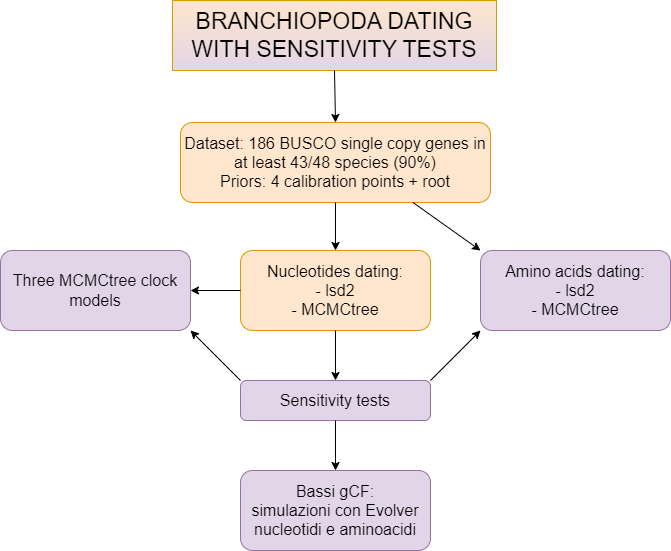
The draw.io diagram Branchio_new_pipeline.drawio.png in NiccoloRighetti/Branchio_Tree, before a commit. Source tidied: cells renumbered, new cells last; positions are measured from the earlier drawing's top-left corner, leaving out a move shared by most shapes.
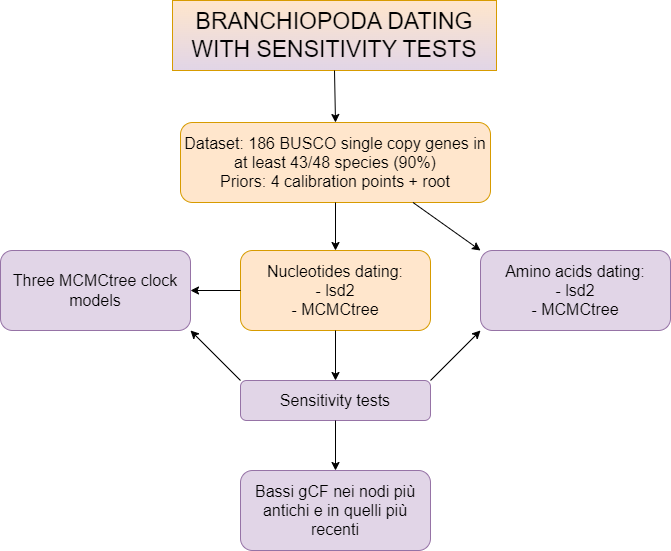
The same file after the commit.

Diff of the diagram source:
```diff
@@ -41,7 +41,7 @@
     <mxCell id="14" style="endArrow=classic;html=1;rounded=0;entryX=1;entryY=0.5;entryDx=0;entryDy=0;exitX=0;exitY=0.5;exitDx=0;exitDy=0;" parent="1" edge="1" source="5" target="12">
       <mxGeometry relative="1" as="geometry" />
     </mxCell>
-    <mxCell id="15" value="&lt;span style=&quot;font-size: 16px;&quot;&gt;Bassi gCF:&lt;br&gt;simulazioni con Evolver&lt;br&gt;nucleotidi e aminoacidi&lt;br&gt;&lt;/span&gt;" style="rounded=1;whiteSpace=wrap;html=1;fillColor=#e1d5e7;strokeColor=#9673a6;" parent="1" vertex="1">
+    <mxCell id="15" value="&lt;span style=&quot;font-size: 16px;&quot;&gt;Bassi gCF nei nodi più antichi e in quelli più recenti&lt;br&gt;&lt;/span&gt;" style="rounded=1;whiteSpace=wrap;html=1;fillColor=#e1d5e7;strokeColor=#9673a6;" parent="1" vertex="1">
       <mxGeometry x="240" y="470" width="190" height="80" as="geometry" />
     </mxCell>
     <mxCell id="16" style="endArrow=classic;html=1;rounded=0;entryX=0.5;entryY=0;entryDx=0;entryDy=0;exitX=0.5;exitY=1;exitDx=0;exitDy=0;" parent="1" edge="1" source="7" target="15">
```
